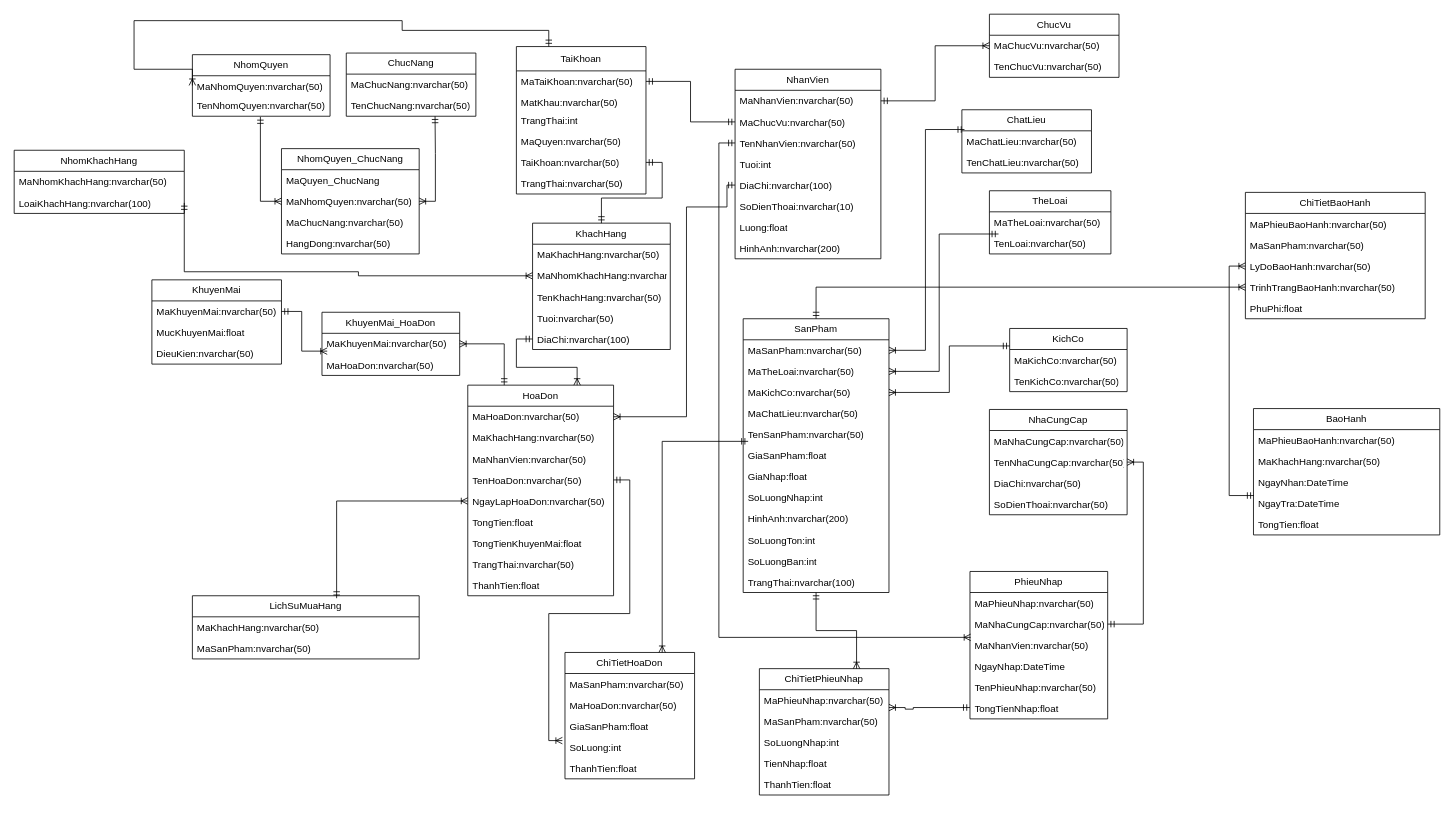
This is Biểu đồ không có tiêu đề (1).drawio from maivantai2003/Database, a draw.io file, before an edit. Source tidied: cells renumbered, new cells numbered last; positions are measured from the earlier drawing's top-left corner, leaving out a move shared by most shapes. Both pictures are drawn from the tidied source at 81%, with x=0, y=0 at pixel (14, 14).
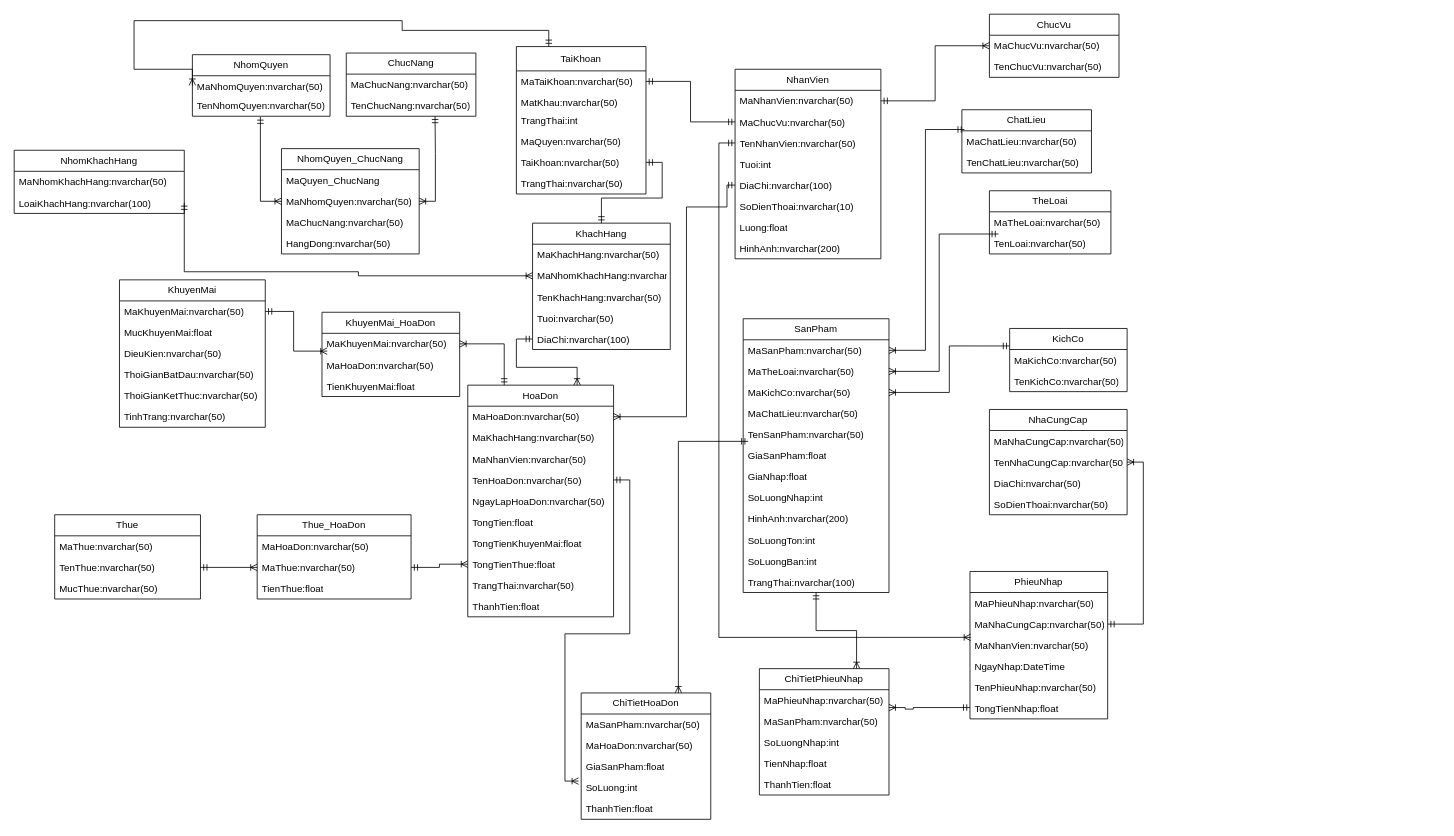
The same page after the edit.

Commit message:
Cập nhật Biểu đồ không có tiêu đề (1).drawio

The change refers to these unchanged cells:
```xml
<mxCell id="48" value="SanPham" style="swimlane;fontStyle=0;horizontal=1;startSize=26;fillColor=none;whiteSpace=wrap;html=1;" parent="1" vertex="1">
  <mxGeometry x="900" y="376" width="180" height="338" as="geometry" />
</mxCell>
<mxCell id="98" value="NgayLapHoaDon:nvarchar(50)" style="text;strokeColor=none;fillColor=none;align=left;verticalAlign=top;spacingLeft=4;spacingRight=4;overflow=hidden;points=[[0,0.5],[1,0.5]];portConstraint=eastwest;whiteSpace=wrap;html=1;" parent="93" vertex="1">
  <mxGeometry y="130" width="180" height="26" as="geometry" />
</mxCell>
```

The edit, as a diff of the source:
```diff
@@
-    <mxCell id="47" style="edgeStyle=orthogonalEdgeStyle;rounded=0;jettySize=auto;html=1;exitX=0.5;exitY=0;exitDx=0;exitDy=0;entryX=0;entryY=0.5;entryDx=0;entryDy=0;endArrow=ERoneToMany;endFill=0;startArrow=ERmandOne;startFill=0;" parent="1" edge="1" source="48" target="131">
-      <mxGeometry relative="1" as="geometry" />
-    </mxCell>
@@
     <mxCell id="93" value="HoaDon" style="swimlane;fontStyle=0;horizontal=1;startSize=26;fillColor=none;whiteSpace=wrap;html=1;" parent="1" vertex="1">
-      <mxGeometry x="560" y="458" width="180" height="260" as="geometry" />
+      <mxGeometry x="560" y="458" width="180" height="286" as="geometry" />
     </mxCell>
@@
+    <mxCell id="142" value="TongTienThue:float" style="text;strokeColor=none;fillColor=none;align=left;verticalAlign=top;spacingLeft=4;spacingRight=4;overflow=hidden;points=[[0,0.5],[1,0.5]];portConstraint=eastwest;whiteSpace=wrap;html=1;" parent="93" vertex="1">
+      <mxGeometry y="208" width="180" height="26" as="geometry" />
+    </mxCell>
     <mxCell id="101" value="TrangThai:nvarchar(50)" style="text;strokeColor=none;fillColor=none;align=left;verticalAlign=top;spacingLeft=4;spacingRight=4;overflow=hidden;whiteSpace=wrap;html=1;" parent="93" vertex="1">
-      <mxGeometry y="208" width="180" height="26" as="geometry" />
+      <mxGeometry y="234" width="180" height="26" as="geometry" />
     </mxCell>
     <mxCell id="102" value="ThanhTien:float" style="text;strokeColor=none;fillColor=none;align=left;verticalAlign=top;spacingLeft=4;spacingRight=4;overflow=hidden;whiteSpace=wrap;html=1;" parent="93" vertex="1">
-      <mxGeometry y="234" width="180" height="26" as="geometry" />
+      <mxGeometry y="260" width="180" height="26" as="geometry" />
     </mxCell>
     <mxCell id="103" value="KhuyenMai" style="swimlane;fontStyle=0;horizontal=1;startSize=26;fillColor=none;whiteSpace=wrap;html=1;" parent="1" vertex="1">
-      <mxGeometry x="170" y="328" width="160" height="104" as="geometry" />
+      <mxGeometry x="130" y="328" width="180" height="182" as="geometry" />
     </mxCell>
     <mxCell id="104" value="MaKhuyenMai:nvarchar(50)" style="text;strokeColor=none;fillColor=none;align=left;verticalAlign=top;spacingLeft=4;spacingRight=4;overflow=hidden;points=[[0,0.5],[1,0.5]];portConstraint=eastwest;whiteSpace=wrap;html=1;" parent="103" vertex="1">
-      <mxGeometry y="26" width="160" height="26" as="geometry" />
+      <mxGeometry y="26" width="180" height="26" as="geometry" />
     </mxCell>
     <mxCell id="105" value="MucKhuyenMai:float" style="text;strokeColor=none;fillColor=none;align=left;verticalAlign=top;spacingLeft=4;spacingRight=4;overflow=hidden;whiteSpace=wrap;html=1;" parent="103" vertex="1">
-      <mxGeometry y="52" width="160" height="26" as="geometry" />
+      <mxGeometry y="52" width="180" height="26" as="geometry" />
     </mxCell>
     <mxCell id="106" value="DieuKien:nvarchar(50)" style="text;strokeColor=none;fillColor=none;align=left;verticalAlign=top;spacingLeft=4;spacingRight=4;overflow=hidden;whiteSpace=wrap;html=1;" parent="103" vertex="1">
-      <mxGeometry y="78" width="160" height="26" as="geometry" />
+      <mxGeometry y="78" width="180" height="26" as="geometry" />
     </mxCell>
+    <mxCell id="143" value="ThoiGianBatDau:nvarchar(50)" style="text;strokeColor=none;fillColor=none;align=left;verticalAlign=top;spacingLeft=4;spacingRight=4;overflow=hidden;whiteSpace=wrap;html=1;" parent="103" vertex="1">
+      <mxGeometry y="104" width="180" height="26" as="geometry" />
+    </mxCell>
+    <mxCell id="144" value="ThoiGianKetThuc:nvarchar(50)" style="text;strokeColor=none;fillColor=none;align=left;verticalAlign=top;spacingLeft=4;spacingRight=4;overflow=hidden;whiteSpace=wrap;html=1;" parent="103" vertex="1">
+      <mxGeometry y="130" width="180" height="26" as="geometry" />
+    </mxCell>
+    <mxCell id="145" value="TinhTrang:nvarchar(50)" style="text;strokeColor=none;fillColor=none;align=left;verticalAlign=top;spacingLeft=4;spacingRight=4;overflow=hidden;whiteSpace=wrap;html=1;" parent="103" vertex="1">
+      <mxGeometry y="156" width="180" height="26" as="geometry" />
+    </mxCell>
@@
     <mxCell id="109" value="ChiTietHoaDon" style="swimlane;fontStyle=0;horizontal=1;startSize=26;fillColor=none;whiteSpace=wrap;html=1;" parent="1" vertex="1">
-      <mxGeometry x="680" y="788" width="160" height="156" as="geometry" />
+      <mxGeometry x="700" y="838" width="160" height="156" as="geometry" />
     </mxCell>
@@
     <mxCell id="116" value="KhuyenMai_HoaDon" style="swimlane;fontStyle=0;horizontal=1;startSize=26;fillColor=none;whiteSpace=wrap;html=1;" parent="1" vertex="1">
-      <mxGeometry x="380" y="368" width="170" height="78" as="geometry" />
+      <mxGeometry x="380" y="368" width="170" height="104" as="geometry" />
     </mxCell>
@@
+    <mxCell id="146" value="TienKhuyenMai:float" style="text;strokeColor=none;fillColor=none;align=left;verticalAlign=top;spacingLeft=4;spacingRight=4;overflow=hidden;whiteSpace=wrap;html=1;" parent="116" vertex="1">
+      <mxGeometry y="78" width="170" height="26" as="geometry" />
+    </mxCell>
@@
-    <mxCell id="121" value="BaoHanh" style="swimlane;fontStyle=0;horizontal=1;startSize=26;fillColor=none;whiteSpace=wrap;html=1;" parent="1" vertex="1">
-      <mxGeometry x="1530" y="486.9" width="230" height="156" as="geometry" />
-    </mxCell>
-    <mxCell id="122" value="MaPhieuBaoHanh:nvarchar(50)" style="text;strokeColor=none;fillColor=none;align=left;verticalAlign=top;spacingLeft=4;spacingRight=4;overflow=hidden;whiteSpace=wrap;html=1;" parent="121" vertex="1">
-      <mxGeometry y="26" width="230" height="26" as="geometry" />
-    </mxCell>
-    <mxCell id="123" value="MaKhachHang:nvarchar(50)" style="text;strokeColor=none;fillColor=none;align=left;verticalAlign=top;spacingLeft=4;spacingRight=4;overflow=hidden;whiteSpace=wrap;html=1;" parent="121" vertex="1">
-      <mxGeometry y="52" width="230" height="26" as="geometry" />
-    </mxCell>
-    <mxCell id="124" value="NgayNhan:DateTime" style="text;strokeColor=none;fillColor=none;align=left;verticalAlign=top;spacingLeft=4;spacingRight=4;overflow=hidden;whiteSpace=wrap;html=1;" parent="121" vertex="1">
-      <mxGeometry y="78" width="230" height="26" as="geometry" />
-    </mxCell>
-    <mxCell id="125" value="NgayTra:DateTime" style="text;strokeColor=none;fillColor=none;align=left;verticalAlign=top;spacingLeft=4;spacingRight=4;overflow=hidden;points=[[0,0.5],[1,0.5]];portConstraint=eastwest;whiteSpace=wrap;html=1;" parent="121" vertex="1">
-      <mxGeometry y="104" width="230" height="26" as="geometry" />
-    </mxCell>
-    <mxCell id="126" value="TongTien:float" style="text;strokeColor=none;fillColor=none;align=left;verticalAlign=top;spacingLeft=4;spacingRight=4;overflow=hidden;whiteSpace=wrap;html=1;" parent="121" vertex="1">
-      <mxGeometry y="130" width="230" height="26" as="geometry" />
-    </mxCell>
-    <mxCell id="127" value="ChiTietBaoHanh" style="swimlane;fontStyle=0;horizontal=1;startSize=26;fillColor=none;whiteSpace=wrap;html=1;" parent="1" vertex="1">
-      <mxGeometry x="1520" y="220" width="222" height="156" as="geometry" />
-    </mxCell>
-    <mxCell id="128" value="MaPhieuBaoHanh:nvarchar(50)" style="text;strokeColor=none;fillColor=none;align=left;verticalAlign=top;spacingLeft=4;spacingRight=4;overflow=hidden;whiteSpace=wrap;html=1;" parent="127" vertex="1">
-      <mxGeometry y="26" width="222" height="26" as="geometry" />
-    </mxCell>
-    <mxCell id="129" value="MaSanPham:nvarchar(50)" style="text;strokeColor=none;fillColor=none;align=left;verticalAlign=top;spacingLeft=4;spacingRight=4;overflow=hidden;whiteSpace=wrap;html=1;" parent="127" vertex="1">
-      <mxGeometry y="52" width="222" height="26" as="geometry" />
-    </mxCell>
-    <mxCell id="130" value="LyDoBaoHanh:nvarchar(50)" style="text;strokeColor=none;fillColor=none;align=left;verticalAlign=top;spacingLeft=4;spacingRight=4;overflow=hidden;points=[[0,0.5],[1,0.5]];portConstraint=eastwest;whiteSpace=wrap;html=1;" parent="127" vertex="1">
-      <mxGeometry y="78" width="222" height="26" as="geometry" />
-    </mxCell>
-    <mxCell id="131" value="TrinhTrangBaoHanh:nvarchar(50)" style="text;strokeColor=none;fillColor=none;align=left;verticalAlign=top;spacingLeft=4;spacingRight=4;overflow=hidden;points=[[0,0.5],[1,0.5]];portConstraint=eastwest;whiteSpace=wrap;html=1;" parent="127" vertex="1">
-      <mxGeometry y="104" width="222" height="26" as="geometry" />
-    </mxCell>
-    <mxCell id="132" value="PhuPhi:float" style="text;strokeColor=none;fillColor=none;align=left;verticalAlign=top;spacingLeft=4;spacingRight=4;overflow=hidden;whiteSpace=wrap;html=1;" parent="127" vertex="1">
-      <mxGeometry y="130" width="222" height="26" as="geometry" />
-    </mxCell>
-    <mxCell id="133" value="LichSuMuaHang" style="swimlane;fontStyle=0;horizontal=1;startSize=26;fillColor=none;whiteSpace=wrap;html=1;" parent="1" vertex="1">
-      <mxGeometry x="220" y="718" width="280" height="78" as="geometry" />
-    </mxCell>
-    <mxCell id="134" value="MaKhachHang:nvarchar(50)" style="text;strokeColor=none;fillColor=none;align=left;verticalAlign=top;spacingLeft=4;spacingRight=4;overflow=hidden;whiteSpace=wrap;html=1;" parent="133" vertex="1">
-      <mxGeometry y="26" width="280" height="26" as="geometry" />
-    </mxCell>
-    <mxCell id="135" value="MaSanPham:nvarchar(50)" style="text;strokeColor=none;fillColor=none;align=left;verticalAlign=top;spacingLeft=4;spacingRight=4;overflow=hidden;whiteSpace=wrap;html=1;" parent="133" vertex="1">
-      <mxGeometry y="52" width="280" height="26" as="geometry" />
-    </mxCell>
-    <mxCell id="136" style="edgeStyle=orthogonalEdgeStyle;rounded=0;jettySize=auto;html=1;exitX=0;exitY=0.5;exitDx=0;exitDy=0;entryX=0.636;entryY=0.039;entryDx=0;entryDy=0;entryPerimeter=0;startArrow=ERoneToMany;startFill=0;endArrow=ERmandOne;endFill=0;" parent="1" edge="1" source="98" target="133">
-      <mxGeometry relative="1" as="geometry" />
-    </mxCell>
-    <mxCell id="137" style="edgeStyle=orthogonalEdgeStyle;rounded=0;jettySize=auto;html=1;exitX=0;exitY=0.5;exitDx=0;exitDy=0;entryX=0.002;entryY=0.13;entryDx=0;entryDy=0;entryPerimeter=0;startArrow=ERoneToMany;startFill=0;endArrow=ERmandOne;endFill=0;" parent="1" edge="1" source="130" target="125">
-      <mxGeometry relative="1" as="geometry" />
-    </mxCell>
@@
+    <mxCell id="147" value="Thue" style="swimlane;fontStyle=0;horizontal=1;startSize=26;fillColor=none;whiteSpace=wrap;html=1;" parent="1" vertex="1">
+      <mxGeometry x="50" y="618" width="180" height="104" as="geometry" />
+    </mxCell>
+    <mxCell id="148" value="MaThue:nvarchar(50)" style="text;strokeColor=none;fillColor=none;align=left;verticalAlign=top;spacingLeft=4;spacingRight=4;overflow=hidden;whiteSpace=wrap;html=1;" parent="147" vertex="1">
+      <mxGeometry y="26" width="180" height="26" as="geometry" />
+    </mxCell>
+    <mxCell id="149" value="TenThue:nvarchar(50)" style="text;strokeColor=none;fillColor=none;align=left;verticalAlign=top;spacingLeft=4;spacingRight=4;overflow=hidden;points=[[0,0.5],[1,0.5]];portConstraint=eastwest;whiteSpace=wrap;html=1;" parent="147" vertex="1">
+      <mxGeometry y="52" width="180" height="26" as="geometry" />
+    </mxCell>
+    <mxCell id="150" value="MucThue:nvarchar(50)" style="text;strokeColor=none;fillColor=none;align=left;verticalAlign=top;spacingLeft=4;spacingRight=4;overflow=hidden;whiteSpace=wrap;html=1;" parent="147" vertex="1">
+      <mxGeometry y="78" width="180" height="26" as="geometry" />
+    </mxCell>
+    <mxCell id="151" value="Thue_HoaDon" style="swimlane;fontStyle=0;horizontal=1;startSize=26;fillColor=none;whiteSpace=wrap;html=1;" parent="1" vertex="1">
+      <mxGeometry x="300" y="618" width="190" height="104" as="geometry" />
+    </mxCell>
+    <mxCell id="152" value="MaHoaDon:nvarchar(50)" style="text;strokeColor=none;fillColor=none;align=left;verticalAlign=top;spacingLeft=4;spacingRight=4;overflow=hidden;whiteSpace=wrap;html=1;" parent="151" vertex="1">
+      <mxGeometry y="26" width="190" height="26" as="geometry" />
+    </mxCell>
+    <mxCell id="153" value="MaThue:nvarchar(50)" style="text;strokeColor=none;fillColor=none;align=left;verticalAlign=top;spacingLeft=4;spacingRight=4;overflow=hidden;points=[[0,0.5],[1,0.5]];portConstraint=eastwest;whiteSpace=wrap;html=1;" parent="151" vertex="1">
+      <mxGeometry y="52" width="190" height="26" as="geometry" />
+    </mxCell>
+    <mxCell id="154" value="TienThue:float" style="text;strokeColor=none;fillColor=none;align=left;verticalAlign=top;spacingLeft=4;spacingRight=4;overflow=hidden;whiteSpace=wrap;html=1;" parent="151" vertex="1">
+      <mxGeometry y="78" width="190" height="26" as="geometry" />
+    </mxCell>
+    <mxCell id="155" style="edgeStyle=orthogonalEdgeStyle;rounded=0;jettySize=auto;html=1;exitX=1;exitY=0.5;exitDx=0;exitDy=0;entryX=0;entryY=0.5;entryDx=0;entryDy=0;startArrow=ERmandOne;startFill=0;endArrow=ERoneToMany;endFill=0;" parent="1" edge="1" source="149" target="153">
+      <mxGeometry relative="1" as="geometry" />
+    </mxCell>
+    <mxCell id="156" style="edgeStyle=orthogonalEdgeStyle;rounded=0;jettySize=auto;html=1;exitX=1;exitY=0.5;exitDx=0;exitDy=0;startArrow=ERmandOne;startFill=0;endArrow=ERoneToMany;endFill=0;" parent="1" edge="1" source="153" target="142">
+      <mxGeometry relative="1" as="geometry" />
+    </mxCell>
```
